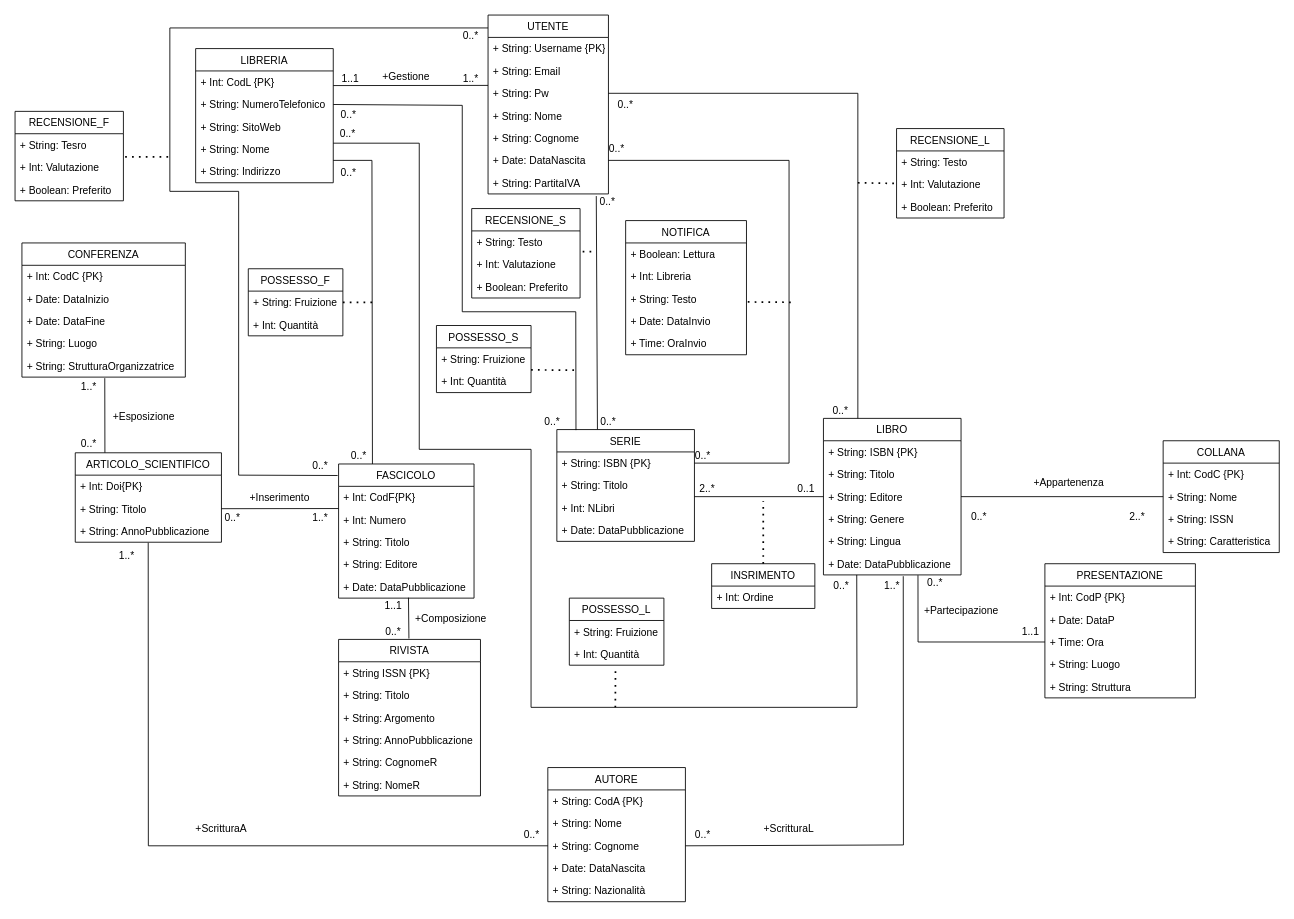
Above: page "Pagina-1" (1 of 2) of DiagrammaUML(ristrutturato).drawio in Giovk/Sistema-di-una-Bibleoteca-Digitale (draw.io), before the change. Source tidied: cells renumbered, new cells numbered last; positions are measured from the earlier drawing's top-left corner, leaving out a move shared by most shapes. Both pictures are drawn from the tidied source at 86%, with x=0, y=0 at pixel (15, 15).
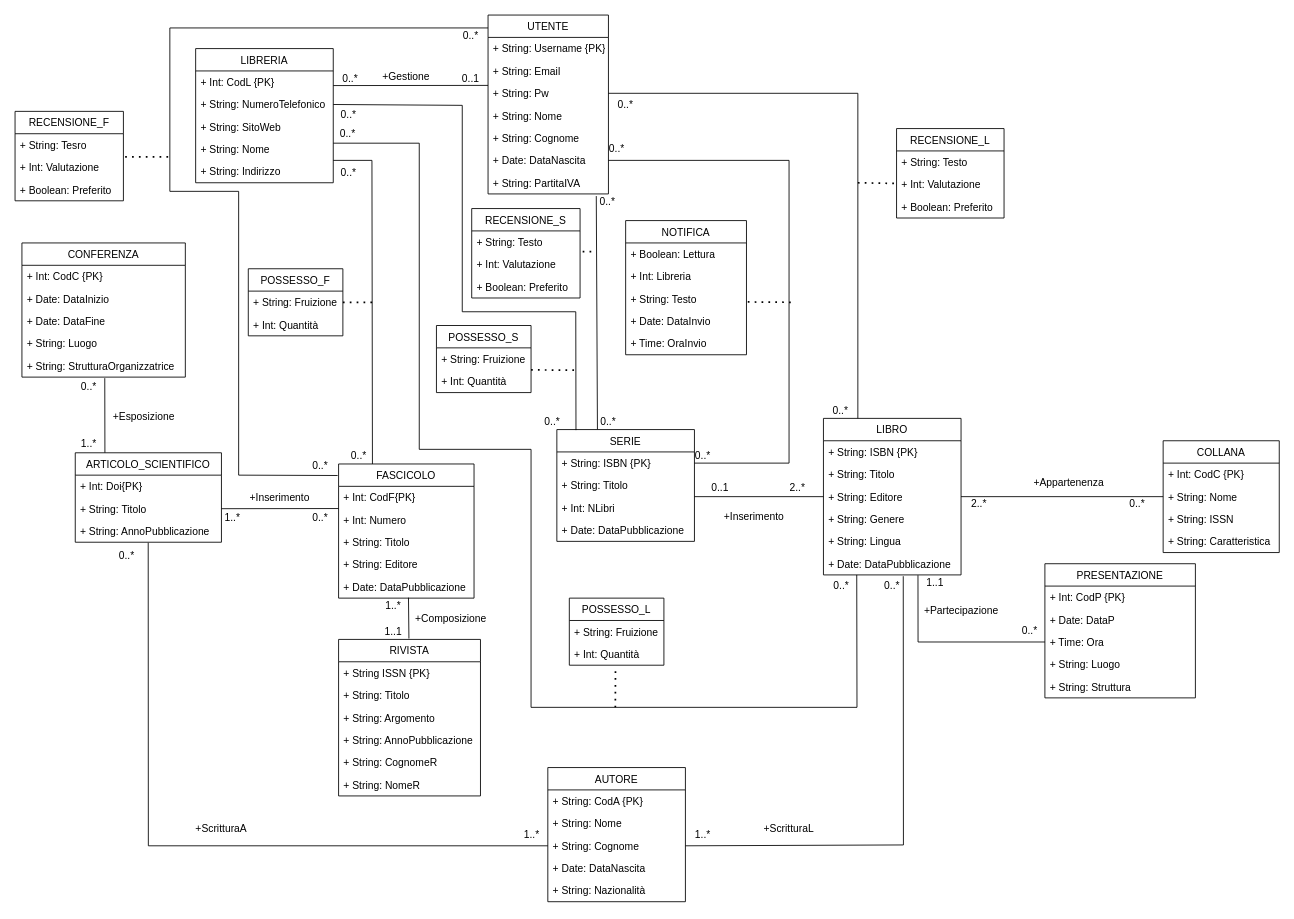
Above is the later version.

What changed in the source:
```diff
@@
-    <mxCell id="18" value="1..*" style="text;html=1;strokeColor=none;fillColor=none;align=center;verticalAlign=middle;whiteSpace=wrap;rounded=0;" parent="1" vertex="1">
+    <mxCell id="18" value="0..1" style="text;html=1;strokeColor=none;fillColor=none;align=center;verticalAlign=middle;whiteSpace=wrap;rounded=0;" parent="1" vertex="1">
       <mxGeometry x="500" y="65" width="60" height="18" as="geometry" />
     </mxCell>
-    <mxCell id="19" value="1..1" style="text;html=1;strokeColor=none;fillColor=none;align=center;verticalAlign=middle;whiteSpace=wrap;rounded=0;" parent="1" vertex="1">
+    <mxCell id="19" value="0..*" style="text;html=1;strokeColor=none;fillColor=none;align=center;verticalAlign=middle;whiteSpace=wrap;rounded=0;" parent="1" vertex="1">
       <mxGeometry x="360" y="65" width="60" height="18" as="geometry" />
     </mxCell>
@@
-    <mxCell id="31" value="0..*" style="text;html=1;strokeColor=none;fillColor=none;align=center;verticalAlign=middle;whiteSpace=wrap;rounded=0;" parent="1" vertex="1">
+    <mxCell id="31" value="1..1" style="text;html=1;strokeColor=none;fillColor=none;align=center;verticalAlign=middle;whiteSpace=wrap;rounded=0;" parent="1" vertex="1">
       <mxGeometry x="410" y="708" width="60" height="18" as="geometry" />
     </mxCell>
@@
     <mxCell id="84" value="0..*" style="text;html=1;strokeColor=none;fillColor=none;align=center;verticalAlign=middle;whiteSpace=wrap;rounded=0;" parent="1" vertex="1">
-      <mxGeometry x="1091" y="575" width="60" height="18" as="geometry" />
+      <mxGeometry x="1275" y="559.5" width="60" height="18" as="geometry" />
     </mxCell>
     <mxCell id="85" value="2..*" style="text;html=1;strokeColor=none;fillColor=none;align=center;verticalAlign=middle;whiteSpace=wrap;rounded=0;" parent="1" vertex="1">
-      <mxGeometry x="1275" y="575" width="60" height="18" as="geometry" />
+      <mxGeometry x="1091" y="559.5" width="60" height="18" as="geometry" />
     </mxCell>
-    <mxCell id="86" value="INSRIMENTO" style="swimlane;fontStyle=0;horizontal=1;startSize=26;fillColor=none;" parent="1" vertex="1">
-      <mxGeometry x="810" y="638" width="120" height="52" as="geometry" />
-    </mxCell>
-    <mxCell id="87" value="+ Int: Ordine" style="text;strokeColor=none;fillColor=none;align=left;verticalAlign=top;spacingLeft=4;spacingRight=4;overflow=hidden;" parent="86" vertex="1">
-      <mxGeometry y="26" width="120" height="26" as="geometry" />
-    </mxCell>
@@
-    <mxCell id="89" style="endArrow=none;dashed=1;html=1;dashPattern=1 3;strokeWidth=2;rounded=0;exitX=0.5;exitY=0;exitDx=0;exitDy=0;" parent="1" edge="1" source="86">
-      <mxGeometry relative="1" as="geometry">
-        <mxPoint x="870" y="565" as="targetPoint" />
-      </mxGeometry>
-    </mxCell>
     <mxCell id="90" value="2..*" style="text;html=1;strokeColor=none;fillColor=none;align=center;verticalAlign=middle;whiteSpace=wrap;rounded=0;" parent="1" vertex="1">
-      <mxGeometry x="775" y="542" width="60" height="18" as="geometry" />
+      <mxGeometry x="880" y="541" width="60" height="18" as="geometry" />
     </mxCell>
     <mxCell id="91" value="0..1" style="text;html=1;strokeColor=none;fillColor=none;align=center;verticalAlign=middle;whiteSpace=wrap;rounded=0;" parent="1" vertex="1">
-      <mxGeometry x="890" y="542" width="60" height="18" as="geometry" />
+      <mxGeometry x="790" y="541" width="60" height="18" as="geometry" />
     </mxCell>
@@
     <mxCell id="99" value="1..1" style="text;html=1;strokeColor=none;fillColor=none;align=center;verticalAlign=middle;whiteSpace=wrap;rounded=0;" parent="1" vertex="1">
-      <mxGeometry x="1151" y="708" width="60" height="18" as="geometry" />
+      <mxGeometry x="1040" y="651" width="60" height="18" as="geometry" />
     </mxCell>
     <mxCell id="100" value="0..*" style="text;html=1;strokeColor=none;fillColor=none;align=center;verticalAlign=middle;whiteSpace=wrap;rounded=0;" parent="1" vertex="1">
-      <mxGeometry x="1040" y="651" width="60" height="18" as="geometry" />
+      <mxGeometry x="1150" y="707" width="60" height="18" as="geometry" />
     </mxCell>
@@
-    <mxCell id="115" value="0..*" style="text;html=1;strokeColor=none;fillColor=none;align=center;verticalAlign=middle;whiteSpace=wrap;rounded=0;" parent="1" vertex="1">
+    <mxCell id="115" value="1..*" style="text;html=1;strokeColor=none;fillColor=none;align=center;verticalAlign=middle;whiteSpace=wrap;rounded=0;" parent="1" vertex="1">
       <mxGeometry x="223" y="576" width="60" height="18" as="geometry" />
     </mxCell>
-    <mxCell id="116" value="0..*" style="text;html=1;strokeColor=none;fillColor=none;align=center;verticalAlign=middle;whiteSpace=wrap;rounded=0;" parent="1" vertex="1">
+    <mxCell id="116" value="1..*" style="text;html=1;strokeColor=none;fillColor=none;align=center;verticalAlign=middle;whiteSpace=wrap;rounded=0;" parent="1" vertex="1">
       <mxGeometry x="56" y="490" width="60" height="18" as="geometry" />
     </mxCell>
-    <mxCell id="117" value="1..*" style="text;html=1;strokeColor=none;fillColor=none;align=center;verticalAlign=middle;whiteSpace=wrap;rounded=0;" parent="1" vertex="1">
+    <mxCell id="117" value="0..*" style="text;html=1;strokeColor=none;fillColor=none;align=center;verticalAlign=middle;whiteSpace=wrap;rounded=0;" parent="1" vertex="1">
       <mxGeometry x="56" y="423" width="60" height="18" as="geometry" />
     </mxCell>
@@
-    <mxCell id="126" value="0..*" style="text;html=1;strokeColor=none;fillColor=none;align=center;verticalAlign=middle;whiteSpace=wrap;rounded=0;" parent="1" vertex="1">
+    <mxCell id="126" value="1..*" style="text;html=1;strokeColor=none;fillColor=none;align=center;verticalAlign=middle;whiteSpace=wrap;rounded=0;" parent="1" vertex="1">
       <mxGeometry x="769.5" y="944" width="60" height="18" as="geometry" />
     </mxCell>
-    <mxCell id="127" value="0..*" style="text;html=1;strokeColor=none;fillColor=none;align=center;verticalAlign=middle;whiteSpace=wrap;rounded=0;" parent="1" vertex="1">
+    <mxCell id="127" value="1..*" style="text;html=1;strokeColor=none;fillColor=none;align=center;verticalAlign=middle;whiteSpace=wrap;rounded=0;" parent="1" vertex="1">
       <mxGeometry x="570.5" y="944" width="60" height="18" as="geometry" />
     </mxCell>
-    <mxCell id="128" value="1..*" style="text;html=1;strokeColor=none;fillColor=none;align=center;verticalAlign=middle;whiteSpace=wrap;rounded=0;" parent="1" vertex="1">
+    <mxCell id="128" value="0..*" style="text;html=1;strokeColor=none;fillColor=none;align=center;verticalAlign=middle;whiteSpace=wrap;rounded=0;" parent="1" vertex="1">
       <mxGeometry x="990" y="655" width="60" height="18" as="geometry" />
     </mxCell>
-    <mxCell id="129" value="1..*" style="text;html=1;strokeColor=none;fillColor=none;align=center;verticalAlign=middle;whiteSpace=wrap;rounded=0;" parent="1" vertex="1">
+    <mxCell id="129" value="0..*" style="text;html=1;strokeColor=none;fillColor=none;align=center;verticalAlign=middle;whiteSpace=wrap;rounded=0;" parent="1" vertex="1">
       <mxGeometry x="100" y="620" width="60" height="18" as="geometry" />
     </mxCell>
@@
-    <mxCell id="139" value="1..*" style="text;html=1;strokeColor=none;fillColor=none;align=center;verticalAlign=middle;whiteSpace=wrap;rounded=0;" parent="1" vertex="1">
+    <mxCell id="139" value="0..*" style="text;html=1;strokeColor=none;fillColor=none;align=center;verticalAlign=middle;whiteSpace=wrap;rounded=0;" parent="1" vertex="1">
       <mxGeometry x="325" y="576" width="60" height="18" as="geometry" />
     </mxCell>
@@
-    <mxCell id="141" value="1..1" style="text;html=1;strokeColor=none;fillColor=none;align=center;verticalAlign=middle;whiteSpace=wrap;rounded=0;" parent="1" vertex="1">
+    <mxCell id="141" value="1..*" style="text;html=1;strokeColor=none;fillColor=none;align=center;verticalAlign=middle;whiteSpace=wrap;rounded=0;" parent="1" vertex="1">
       <mxGeometry x="410" y="678" width="60" height="18" as="geometry" />
     </mxCell>
@@
+    <mxCell id="161" value="+Inserimento" style="text;html=1;strokeColor=none;fillColor=none;align=center;verticalAlign=middle;whiteSpace=wrap;rounded=0;" parent="1" vertex="1">
+      <mxGeometry x="810" y="569" width="99" height="30" as="geometry" />
+    </mxCell>
```
